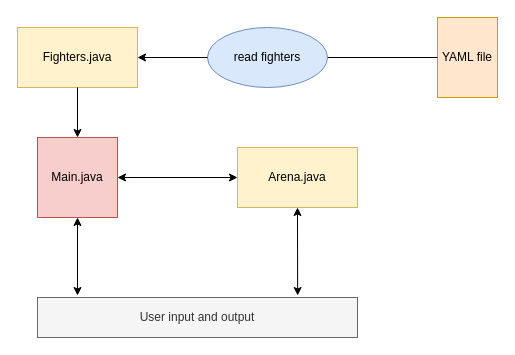
Before: docs/img/Overview.drawio in yannickkirschen/console-arena, a draw.io diagram. Source tidied: cells renumbered, new cells numbered last; positions are measured from the earlier drawing's top-left corner, leaving out a move shared by most shapes. Both pictures are drawn from the tidied source at 100%, with x=0, y=0 at pixel (17, 17).
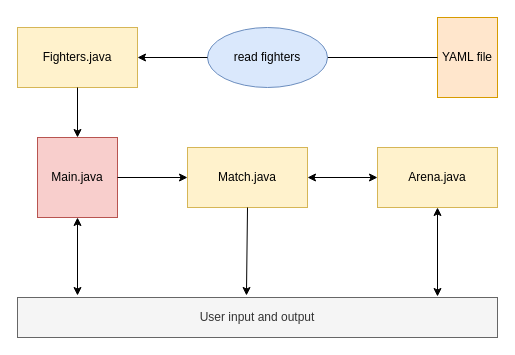
Above is the later version.

Diff of the diagram source:
```diff
@@
 <mxGraphModel>
   <root>
     <mxCell id="0" />
     <mxCell id="1" parent="0" />
     <mxCell id="2" value="YAML file" style="rounded=0;whiteSpace=wrap;html=1;fillColor=#ffe6cc;strokeColor=#d79b00;" parent="1" vertex="1">
       <mxGeometry x="420" width="60" height="80" as="geometry" />
     </mxCell>
     <mxCell id="3" style="endArrow=classic;html=1;entryX=0;entryY=0.5;entryDx=0;entryDy=0;exitX=0;exitY=0.5;exitDx=0;exitDy=0;" parent="1" edge="1" source="2" target="4">
       <mxGeometry relative="1" as="geometry" />
     </mxCell>
     <mxCell id="4" value="read fighters" style="ellipse;whiteSpace=wrap;html=1;fillColor=#dae8fc;strokeColor=#6c8ebf;" parent="1" vertex="1">
       <mxGeometry x="190" y="10" width="120" height="60" as="geometry" />
     </mxCell>
     <mxCell id="5" value="Fighters.java" style="rounded=0;whiteSpace=wrap;html=1;fillColor=#fff2cc;strokeColor=#d6b656;" parent="1" vertex="1">
       <mxGeometry y="10" width="120" height="60" as="geometry" />
     </mxCell>
     <mxCell id="6" style="endArrow=classic;html=1;entryX=1;entryY=0.5;entryDx=0;entryDy=0;exitX=0;exitY=0.5;exitDx=0;exitDy=0;" parent="1" edge="1" source="4" target="5">
       <mxGeometry relative="1" as="geometry" />
     </mxCell>
     <mxCell id="7" value="Main.java" style="rounded=0;whiteSpace=wrap;html=1;fillColor=#f8cecc;strokeColor=#b85450;" parent="1" vertex="1">
       <mxGeometry x="20" y="120" width="80" height="80" as="geometry" />
     </mxCell>
     <mxCell id="8" value="Arena.java" style="rounded=0;whiteSpace=wrap;html=1;fillColor=#fff2cc;strokeColor=#d6b656;" parent="1" vertex="1">
-      <mxGeometry x="220" y="130" width="120" height="60" as="geometry" />
+      <mxGeometry x="360" y="130" width="120" height="60" as="geometry" />
     </mxCell>
     <mxCell id="9" value="User input and output" style="rounded=0;whiteSpace=wrap;html=1;fillColor=#f5f5f5;strokeColor=#666666;fontColor=#333333;" parent="1" vertex="1">
-      <mxGeometry x="20" y="280" width="320" height="40" as="geometry" />
+      <mxGeometry y="280" width="480" height="40" as="geometry" />
     </mxCell>
     <mxCell id="10" style="endArrow=classic;html=1;exitX=0.5;exitY=1;exitDx=0;exitDy=0;entryX=0.5;entryY=0;entryDx=0;entryDy=0;" parent="1" edge="1" source="5" target="7">
       <mxGeometry relative="1" as="geometry" />
     </mxCell>
-    <mxCell id="11" style="endArrow=classic;startArrow=classic;html=1;entryX=0;entryY=0.5;entryDx=0;entryDy=0;exitX=1;exitY=0.5;exitDx=0;exitDy=0;" parent="1" edge="1" source="7" target="8">
-      <mxGeometry relative="1" as="geometry" />
-    </mxCell>
     <mxCell id="12" style="endArrow=classic;startArrow=classic;html=1;exitX=0.5;exitY=1;exitDx=0;exitDy=0;entryX=0.125;entryY=-0.05;entryDx=0;entryDy=0;entryPerimeter=0;" parent="1" edge="1" source="7" target="9">
       <mxGeometry relative="1" as="geometry" />
     </mxCell>
-    <mxCell id="13" style="endArrow=classic;startArrow=classic;html=1;entryX=0.5;entryY=1;entryDx=0;entryDy=0;exitX=0.813;exitY=-0.05;exitDx=0;exitDy=0;exitPerimeter=0;" parent="1" edge="1" source="9" target="8">
-      <mxGeometry relative="1" as="geometry" />
-    </mxCell>
+    <mxCell id="14" value="Match.java" style="rounded=0;whiteSpace=wrap;html=1;fillColor=#fff2cc;strokeColor=#d6b656;" parent="1" vertex="1">
+      <mxGeometry x="170" y="130" width="120" height="60" as="geometry" />
+    </mxCell>
+    <mxCell id="15" style="endArrow=classic;html=1;exitX=1;exitY=0.5;exitDx=0;exitDy=0;entryX=0;entryY=0.5;entryDx=0;entryDy=0;" parent="1" edge="1" source="7" target="14">
+      <mxGeometry relative="1" as="geometry" />
+    </mxCell>
+    <mxCell id="16" style="endArrow=classic;startArrow=classic;html=1;entryX=0;entryY=0.5;entryDx=0;entryDy=0;exitX=1;exitY=0.5;exitDx=0;exitDy=0;" parent="1" edge="1" source="14" target="8">
+      <mxGeometry relative="1" as="geometry" />
+    </mxCell>
+    <mxCell id="17" style="endArrow=classic;startArrow=classic;html=1;exitX=0.5;exitY=1;exitDx=0;exitDy=0;entryX=0.875;entryY=-0.025;entryDx=0;entryDy=0;entryPerimeter=0;" parent="1" edge="1" source="8" target="9">
+      <mxGeometry relative="1" as="geometry" />
+    </mxCell>
+    <mxCell id="18" style="endArrow=classic;html=1;exitX=0.5;exitY=1;exitDx=0;exitDy=0;entryX=0.477;entryY=-0.05;entryDx=0;entryDy=0;entryPerimeter=0;" parent="1" edge="1" source="14" target="9">
+      <mxGeometry relative="1" as="geometry" />
+    </mxCell>
   </root>
 </mxGraphModel>
```
